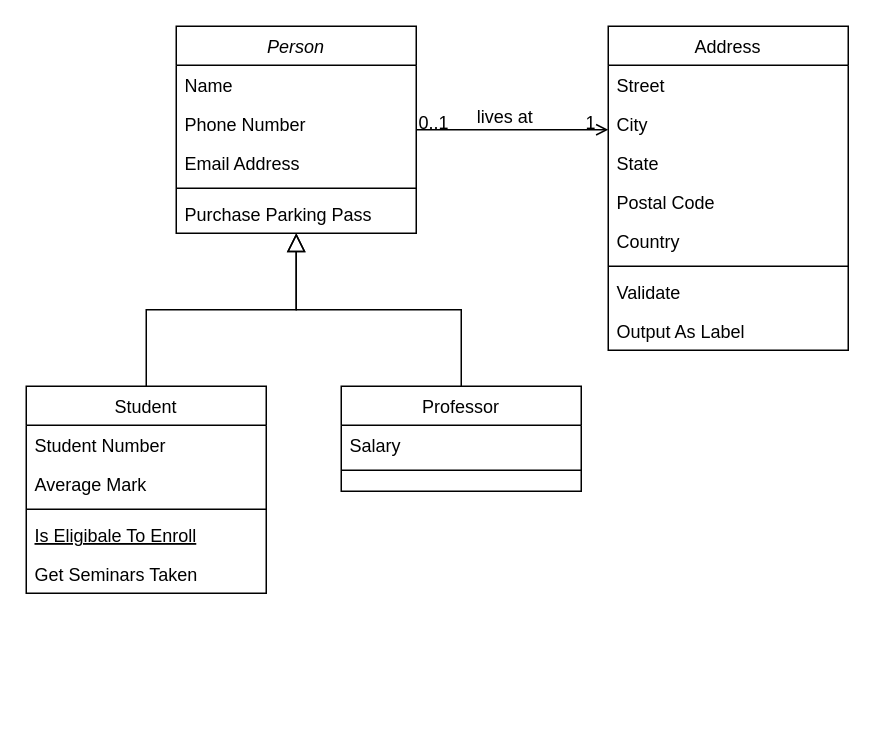
Above: Untitled Diagram.drawio in deborah0807/individualassignment (draw.io), before the change. Source tidied: cells renumbered, new cells numbered last; positions are measured from the earlier drawing's top-left corner, leaving out a move shared by most shapes. Both pictures are drawn from the tidied source at 150%, with x=0, y=0 at pixel (26, 26).
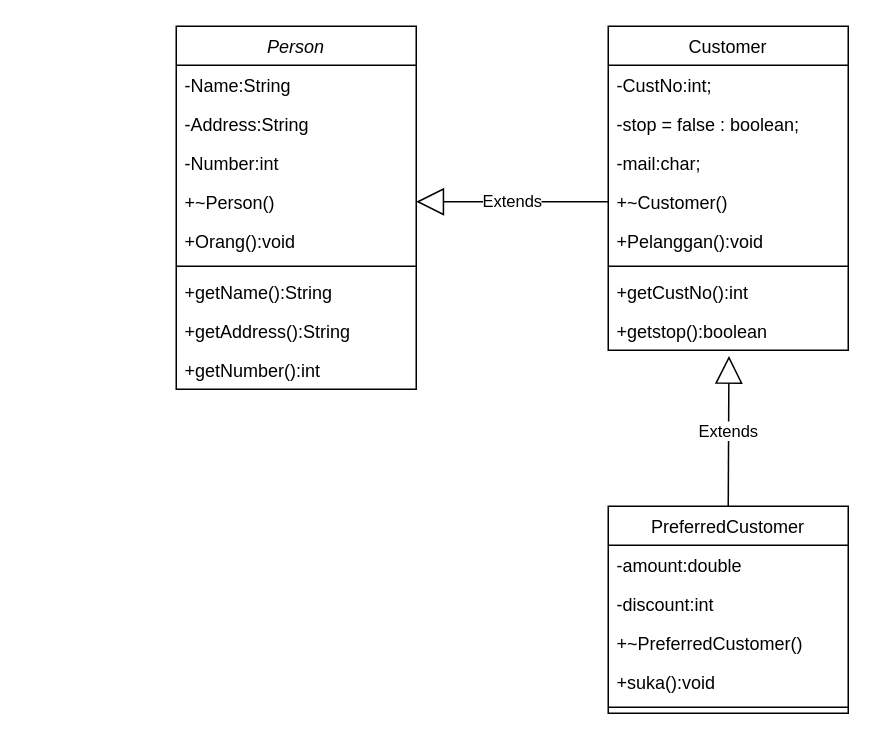
After the change.

Change to the diagram source:
```diff
@@
     <mxCell id="2" value="Person" style="swimlane;fontStyle=2;align=center;verticalAlign=top;horizontal=1;startSize=26;rounded=0;shadow=0;strokeWidth=1;" parent="1" vertex="1">
-      <mxGeometry x="100" width="160" height="138" as="geometry" />
+      <mxGeometry x="100" width="160" height="242" as="geometry" />
     </mxCell>
-    <mxCell id="3" value="Name" style="text;align=left;verticalAlign=top;spacingLeft=4;spacingRight=4;overflow=hidden;" parent="2" vertex="1">
+    <mxCell id="3" value="-Name:String" style="text;align=left;verticalAlign=top;spacingLeft=4;spacingRight=4;overflow=hidden;" parent="2" vertex="1">
       <mxGeometry y="26" width="160" height="26" as="geometry" />
     </mxCell>
-    <mxCell id="4" value="Phone Number" style="text;align=left;verticalAlign=top;spacingLeft=4;spacingRight=4;overflow=hidden;rounded=0;shadow=0;html=0;" parent="2" vertex="1">
+    <mxCell id="4" value="-Address:String" style="text;align=left;verticalAlign=top;spacingLeft=4;spacingRight=4;overflow=hidden;rounded=0;shadow=0;html=0;" parent="2" vertex="1">
       <mxGeometry y="52" width="160" height="26" as="geometry" />
     </mxCell>
-    <mxCell id="5" value="Email Address" style="text;align=left;verticalAlign=top;spacingLeft=4;spacingRight=4;overflow=hidden;rounded=0;shadow=0;html=0;" parent="2" vertex="1">
+    <mxCell id="5" value="-Number:int&#10;" style="text;align=left;verticalAlign=top;spacingLeft=4;spacingRight=4;overflow=hidden;rounded=0;shadow=0;html=0;" parent="2" vertex="1">
       <mxGeometry y="78" width="160" height="26" as="geometry" />
     </mxCell>
+    <mxCell id="32" value="+~Person()" style="text;align=left;verticalAlign=top;spacingLeft=4;spacingRight=4;overflow=hidden;points=[[0,0.5],[1,0.5]];portConstraint=eastwest;rounded=0;shadow=0;html=0;" parent="2" vertex="1">
+      <mxGeometry y="104" width="160" height="26" as="geometry" />
+    </mxCell>
+    <mxCell id="33" value="+Orang():void" style="text;align=left;verticalAlign=top;spacingLeft=4;spacingRight=4;overflow=hidden;rounded=0;shadow=0;html=0;" parent="2" vertex="1">
+      <mxGeometry y="130" width="160" height="26" as="geometry" />
+    </mxCell>
     <mxCell id="6" style="line;html=1;strokeWidth=1;align=left;verticalAlign=middle;spacingTop=-1;spacingLeft=3;spacingRight=3;labelPosition=right;" parent="2" vertex="1">
-      <mxGeometry y="104" width="160" height="8" as="geometry" />
+      <mxGeometry y="156" width="160" height="8" as="geometry" />
     </mxCell>
-    <mxCell id="7" value="Purchase Parking Pass" style="text;align=left;verticalAlign=top;spacingLeft=4;spacingRight=4;overflow=hidden;" parent="2" vertex="1">
-      <mxGeometry y="112" width="160" height="26" as="geometry" />
+    <mxCell id="7" value="+getName():String" style="text;align=left;verticalAlign=top;spacingLeft=4;spacingRight=4;overflow=hidden;" parent="2" vertex="1">
+      <mxGeometry y="164" width="160" height="26" as="geometry" />
     </mxCell>
+    <mxCell id="34" value="+getAddress():String" style="text;align=left;verticalAlign=top;spacingLeft=4;spacingRight=4;overflow=hidden;" parent="2" vertex="1">
+      <mxGeometry y="190" width="160" height="26" as="geometry" />
+    </mxCell>
+    <mxCell id="35" value="+getNumber():int" style="text;align=left;verticalAlign=top;spacingLeft=4;spacingRight=4;overflow=hidden;" parent="2" vertex="1">
+      <mxGeometry y="216" width="160" height="26" as="geometry" />
+    </mxCell>
-    <mxCell id="8" value="Student" style="swimlane;fontStyle=0;align=center;verticalAlign=top;horizontal=1;startSize=26;rounded=0;shadow=0;strokeWidth=1;" parent="1" vertex="1">
-      <mxGeometry y="240" width="160" height="138" as="geometry" />
+    <mxCell id="8" value="PreferredCustomer" style="swimlane;fontStyle=0;align=center;verticalAlign=top;horizontal=1;startSize=26;rounded=0;shadow=0;strokeWidth=1;" parent="1" vertex="1">
+      <mxGeometry x="388" y="320" width="160" height="138" as="geometry" />
     </mxCell>
-    <mxCell id="9" value="Student Number" style="text;align=left;verticalAlign=top;spacingLeft=4;spacingRight=4;overflow=hidden;" parent="8" vertex="1">
+    <mxCell id="9" value="-amount:double" style="text;align=left;verticalAlign=top;spacingLeft=4;spacingRight=4;overflow=hidden;" parent="8" vertex="1">
       <mxGeometry y="26" width="160" height="26" as="geometry" />
     </mxCell>
-    <mxCell id="10" value="Average Mark" style="text;align=left;verticalAlign=top;spacingLeft=4;spacingRight=4;overflow=hidden;rounded=0;shadow=0;html=0;" parent="8" vertex="1">
+    <mxCell id="10" value="-discount:int" style="text;align=left;verticalAlign=top;spacingLeft=4;spacingRight=4;overflow=hidden;rounded=0;shadow=0;html=0;" parent="8" vertex="1">
       <mxGeometry y="52" width="160" height="26" as="geometry" />
     </mxCell>
+    <mxCell id="36" value="+~PreferredCustomer()" style="text;align=left;verticalAlign=top;spacingLeft=4;spacingRight=4;overflow=hidden;rounded=0;shadow=0;html=0;" parent="8" vertex="1">
+      <mxGeometry y="78" width="160" height="26" as="geometry" />
+    </mxCell>
+    <mxCell id="37" value="+suka():void" style="text;align=left;verticalAlign=top;spacingLeft=4;spacingRight=4;overflow=hidden;rounded=0;shadow=0;html=0;" parent="8" vertex="1">
+      <mxGeometry y="104" width="160" height="26" as="geometry" />
+    </mxCell>
     <mxCell id="11" style="line;html=1;strokeWidth=1;align=left;verticalAlign=middle;spacingTop=-1;spacingLeft=3;spacingRight=3;labelPosition=right;" parent="8" vertex="1">
-      <mxGeometry y="78" width="160" height="8" as="geometry" />
+      <mxGeometry y="130" width="160" height="8" as="geometry" />
     </mxCell>
-    <mxCell id="12" value="Is Eligibale To Enroll" style="text;align=left;verticalAlign=top;spacingLeft=4;spacingRight=4;overflow=hidden;fontStyle=4;" parent="8" vertex="1">
-      <mxGeometry y="86" width="160" height="26" as="geometry" />
-    </mxCell>
-    <mxCell id="13" value="Get Seminars Taken" style="text;align=left;verticalAlign=top;spacingLeft=4;spacingRight=4;overflow=hidden;" parent="8" vertex="1">
-      <mxGeometry y="112" width="160" height="26" as="geometry" />
-    </mxCell>
-    <mxCell id="14" style="endArrow=block;endSize=10;endFill=0;shadow=0;strokeWidth=1;rounded=0;edgeStyle=elbowEdgeStyle;elbow=vertical;" parent="1" edge="1" source="8" target="2">
-      <mxGeometry relative="1" as="geometry" />
-    </mxCell>
-    <mxCell id="15" value="Professor" style="swimlane;fontStyle=0;align=center;verticalAlign=top;horizontal=1;startSize=26;rounded=0;shadow=0;strokeWidth=1;" parent="1" vertex="1">
-      <mxGeometry x="210" y="240" width="160" height="70" as="geometry" />
-    </mxCell>
-    <mxCell id="16" value="Salary" style="text;align=left;verticalAlign=top;spacingLeft=4;spacingRight=4;overflow=hidden;" parent="15" vertex="1">
-      <mxGeometry y="26" width="160" height="26" as="geometry" />
-    </mxCell>
-    <mxCell id="17" style="line;html=1;strokeWidth=1;align=left;verticalAlign=middle;spacingTop=-1;spacingLeft=3;spacingRight=3;labelPosition=right;" parent="15" vertex="1">
-      <mxGeometry y="52" width="160" height="8" as="geometry" />
-    </mxCell>
-    <mxCell id="18" style="endArrow=block;endSize=10;endFill=0;shadow=0;strokeWidth=1;rounded=0;edgeStyle=elbowEdgeStyle;elbow=vertical;" parent="1" edge="1" source="15" target="2">
-      <mxGeometry relative="1" as="geometry" />
-    </mxCell>
-    <mxCell id="19" value="Address" style="swimlane;fontStyle=0;align=center;verticalAlign=top;horizontal=1;startSize=26;rounded=0;shadow=0;strokeWidth=1;" parent="1" vertex="1">
+    <mxCell id="19" value="Customer" style="swimlane;fontStyle=0;align=center;verticalAlign=top;horizontal=1;startSize=26;rounded=0;shadow=0;strokeWidth=1;" parent="1" vertex="1">
       <mxGeometry x="388" width="160" height="216" as="geometry" />
     </mxCell>
-    <mxCell id="20" value="Street" style="text;align=left;verticalAlign=top;spacingLeft=4;spacingRight=4;overflow=hidden;" parent="19" vertex="1">
+    <mxCell id="20" value="-CustNo:int;" style="text;align=left;verticalAlign=top;spacingLeft=4;spacingRight=4;overflow=hidden;" parent="19" vertex="1">
       <mxGeometry y="26" width="160" height="26" as="geometry" />
     </mxCell>
-    <mxCell id="21" value="City" style="text;align=left;verticalAlign=top;spacingLeft=4;spacingRight=4;overflow=hidden;rounded=0;shadow=0;html=0;" parent="19" vertex="1">
+    <mxCell id="21" value="-stop = false : boolean;" style="text;align=left;verticalAlign=top;spacingLeft=4;spacingRight=4;overflow=hidden;rounded=0;shadow=0;html=0;" parent="19" vertex="1">
       <mxGeometry y="52" width="160" height="26" as="geometry" />
     </mxCell>
-    <mxCell id="22" value="State" style="text;align=left;verticalAlign=top;spacingLeft=4;spacingRight=4;overflow=hidden;rounded=0;shadow=0;html=0;" parent="19" vertex="1">
+    <mxCell id="22" value="-mail:char;" style="text;align=left;verticalAlign=top;spacingLeft=4;spacingRight=4;overflow=hidden;rounded=0;shadow=0;html=0;" parent="19" vertex="1">
       <mxGeometry y="78" width="160" height="26" as="geometry" />
     </mxCell>
-    <mxCell id="23" value="Postal Code" style="text;align=left;verticalAlign=top;spacingLeft=4;spacingRight=4;overflow=hidden;points=[[0,0.5],[1,0.5]];portConstraint=eastwest;rounded=0;shadow=0;html=0;" parent="19" vertex="1">
+    <mxCell id="23" value="+~Customer()" style="text;align=left;verticalAlign=top;spacingLeft=4;spacingRight=4;overflow=hidden;points=[[0,0.5],[1,0.5]];portConstraint=eastwest;rounded=0;shadow=0;html=0;" parent="19" vertex="1">
       <mxGeometry y="104" width="160" height="26" as="geometry" />
     </mxCell>
-    <mxCell id="24" value="Country" style="text;align=left;verticalAlign=top;spacingLeft=4;spacingRight=4;overflow=hidden;rounded=0;shadow=0;html=0;" parent="19" vertex="1">
+    <mxCell id="24" value="+Pelanggan():void" style="text;align=left;verticalAlign=top;spacingLeft=4;spacingRight=4;overflow=hidden;rounded=0;shadow=0;html=0;" parent="19" vertex="1">
       <mxGeometry y="130" width="160" height="26" as="geometry" />
     </mxCell>
@@
-    <mxCell id="26" value="Validate" style="text;align=left;verticalAlign=top;spacingLeft=4;spacingRight=4;overflow=hidden;" parent="19" vertex="1">
+    <mxCell id="26" value="+getCustNo():int" style="text;align=left;verticalAlign=top;spacingLeft=4;spacingRight=4;overflow=hidden;" parent="19" vertex="1">
       <mxGeometry y="164" width="160" height="26" as="geometry" />
     </mxCell>
-    <mxCell id="27" value="Output As Label" style="text;align=left;verticalAlign=top;spacingLeft=4;spacingRight=4;overflow=hidden;points=[[0,0.5],[1,0.5]];portConstraint=eastwest;" parent="19" vertex="1">
+    <mxCell id="27" value="+getstop():boolean" style="text;align=left;verticalAlign=top;spacingLeft=4;spacingRight=4;overflow=hidden;points=[[0,0.5],[1,0.5]];portConstraint=eastwest;" parent="19" vertex="1">
       <mxGeometry y="190" width="160" height="26" as="geometry" />
     </mxCell>
-    <mxCell id="28" style="endArrow=open;shadow=0;strokeWidth=1;rounded=0;endFill=1;edgeStyle=elbowEdgeStyle;elbow=vertical;" parent="1" edge="1" source="2" target="19">
-      <mxGeometry x="0.5" y="41" relative="1" as="geometry">
-        <mxPoint x="-40" y="32" as="offset" />
-      </mxGeometry>
-    </mxCell>
-    <mxCell id="29" value="0..1" style="align=left;verticalAlign=bottom;labelBackgroundColor=none;fontSize=12;" parent="28" vertex="1">
-      <mxGeometry x="-1" relative="1" as="geometry">
-        <mxPoint y="4" as="offset" />
-      </mxGeometry>
-    </mxCell>
-    <mxCell id="30" value="1" style="align=right;verticalAlign=bottom;labelBackgroundColor=none;fontSize=12;" parent="28" vertex="1">
-      <mxGeometry x="1" relative="1" as="geometry">
-        <mxPoint x="-7" y="4" as="offset" />
-      </mxGeometry>
-    </mxCell>
-    <mxCell id="31" value="lives at" style="text;html=1;align=center;verticalAlign=middle;labelBackgroundColor=none;rounded=0;shadow=0;strokeWidth=1;fontSize=12;" parent="28" vertex="1">
-      <mxGeometry x="0.5" y="49" relative="1" as="geometry">
-        <mxPoint x="-38" y="40" as="offset" />
-      </mxGeometry>
-    </mxCell>
+    <mxCell id="38" value="Extends" style="endArrow=block;endSize=16;endFill=0;html=1;entryX=1;entryY=0.5;entryDx=0;entryDy=0;exitX=0;exitY=0.5;exitDx=0;exitDy=0;" parent="1" edge="1" source="23" target="32">
+      <mxGeometry relative="1" as="geometry" />
+    </mxCell>
+    <mxCell id="39" value="Extends" style="endArrow=block;endSize=16;endFill=0;html=1;entryX=0.503;entryY=1.146;entryDx=0;entryDy=0;entryPerimeter=0;exitX=0.5;exitY=0;exitDx=0;exitDy=0;" parent="1" edge="1" source="8" target="27">
+      <mxGeometry relative="1" as="geometry" />
+    </mxCell>
```
